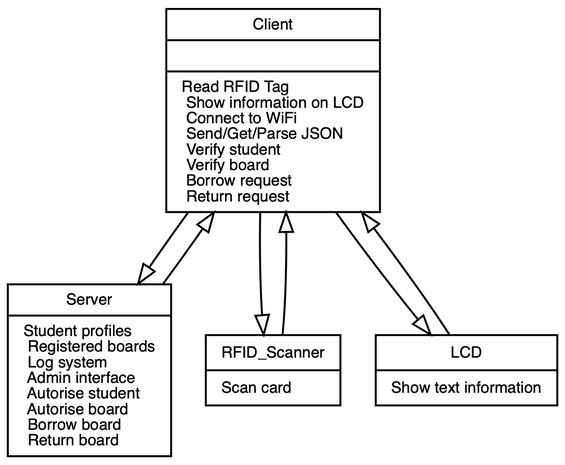
The Graphviz diagram 00_system_global.png in oleksa-oleksa/BachelorThesis_WebApp, before a commit. Its source is kept beside it as 00_system_global.dot. Source of this version:
```dot
digraph G {
        graph [ dpi = 300 ]
        fontname = "Bitstream Vera Sans"
        fontsize = 8

        node [
                fontname = "Bitstream Vera Sans"
                fontsize = 8
                shape = "record"
        ]

        edge [
                fontname = "Bitstream Vera Sans"
                fontsize = 8
        ]

        Client [
                label = "{Client|
                        |
                        Read RFID Tag\l
                        Show information on LCD\l
                        Connect to WiFi\l
                        Send/Get/Parse JSON\l
                        Verify student\l
                        Verify board\l
                        Borrow request\l
                        Return request\l}"
        ]

        Server [
                label = "{Server|
                        Student profiles\l
                        Registered boards\l
                        Log system\l
                        Admin interface\l
                        Autorise student\l
                        Autorise board\l
                        Borrow board\l
                        Return board\l}"
        ]

        RFID_Scanner [
                label = "{RFID_Scanner|
                        Scan card\l
                        }"
        ]

        LCD [
                label = "{LCD|
                        Show text information\l
                        }"
        ]

        edge [
                arrowhead = "onormal"
        ]

        RFID_Scanner -> Client
        LCD -> Client
        Client -> LCD
        Server -> Client
        Client -> RFID_Scanner
        Client -> Server

}
```
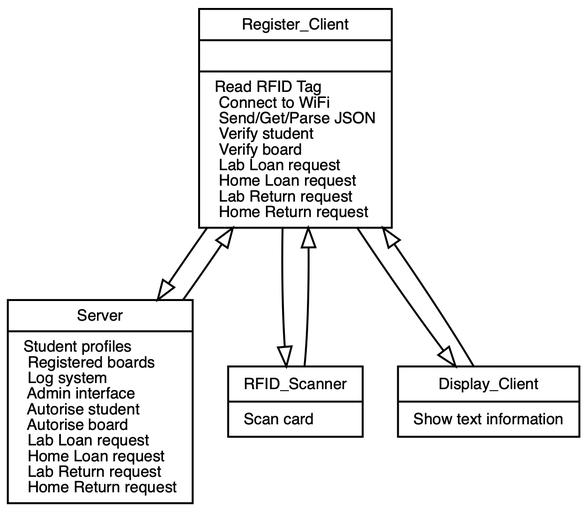
After the change.

The edit, as a diff of the source:
```diff
@@ -14,29 +14,33 @@
                 fontsize = 8
         ]
 
-        Client [
-                label = "{Client|
+        Register_Client [
+                label = "{Register_Client|
                         |
                         Read RFID Tag\l
-                        Show information on LCD\l
                         Connect to WiFi\l
                         Send/Get/Parse JSON\l
                         Verify student\l
                         Verify board\l
-                        Borrow request\l
-                        Return request\l}"
+                        Lab Loan request\l
+                        Home Loan request\l
+                        Lab Return request\l
+                        Home Return request\l}"
         ]
 
         Server [
                 label = "{Server|
+                        Semester\l
                         Student profiles\l
                         Registered boards\l
                         Log system\l
                         Admin interface\l
                         Autorise student\l
                         Autorise board\l
-                        Borrow board\l
-                        Return board\l}"
+                        Lab Loan request\l
+                        Home Loan request\l
+                        Lab Return request\l
+                        Home Return request\l}"
         ]
 
         RFID_Scanner [
@@ -45,8 +49,8 @@
                         }"
         ]
 
-        LCD [
-                label = "{LCD|
+        Display_Client [
+                label = "{Display_Client|
                         Show text information\l
                         }"
         ]
@@ -55,11 +59,11 @@
                 arrowhead = "onormal"
         ]
 
-        RFID_Scanner -> Client
-        LCD -> Client
-        Client -> LCD
-        Server -> Client
-        Client -> RFID_Scanner
-        Client -> Server
+        RFID_Scanner -> Register_Client
+        Display_Client -> Register_Client
+        Register_Client -> Display_Client
+        Server -> Register_Client
+        Register_Client -> RFID_Scanner
+        Register_Client -> Server
 
 }
```
